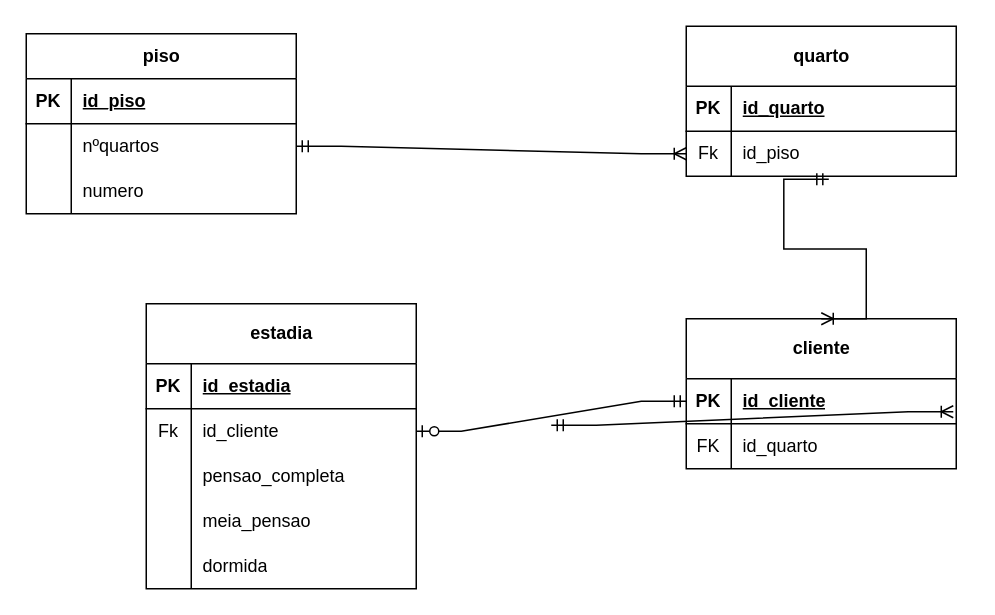
The draw.io diagram ex3.drawio in Pedrosilva778/SGBD, before the edit. Source tidied: cells renumbered, new cells numbered last; positions are measured from the earlier drawing's top-left corner, leaving out a move shared by most shapes. Both pictures are drawn from the tidied source at 150%, with x=0, y=0 at pixel (26, 26).
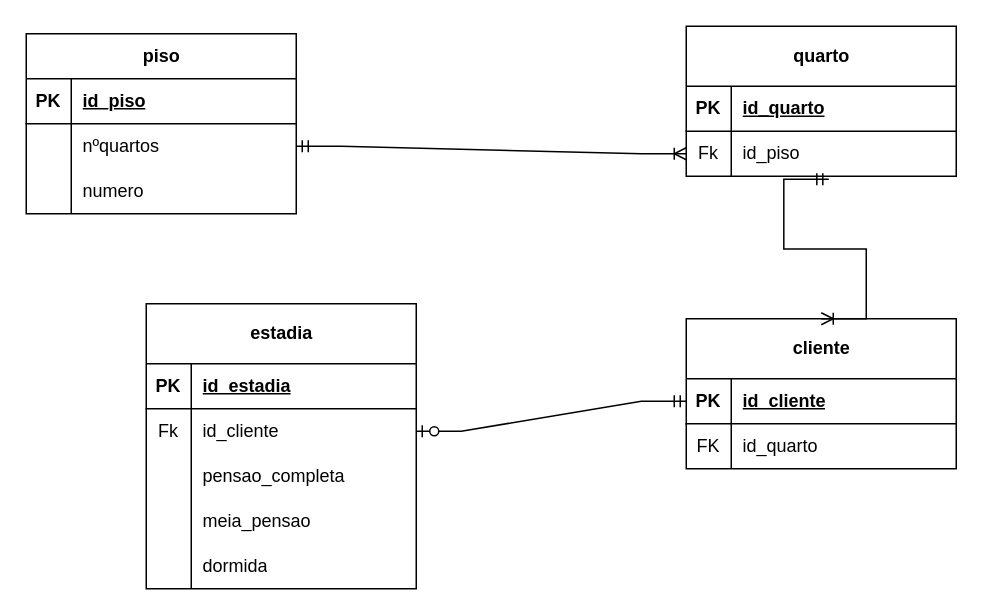
The same diagram, later.

The change refers to these unchanged cells:
```xml
<mxCell id="21" style="shape=tableRow;horizontal=0;startSize=0;swimlaneHead=0;swimlaneBody=0;fillColor=none;points=[[0,0.5],[1,0.5]];portConstraint=eastwest;top=0;left=0;right=0;bottom=1;" parent="20" vertex="1">
  <mxGeometry y="40" width="180" height="30" as="geometry" />
</mxCell>
```

Diff of the diagram source:
```diff
@@
-    <mxCell id="19" style="edgeStyle=entityRelationEdgeStyle;fontSize=12;html=1;endArrow=ERoneToMany;startArrow=ERmandOne;rounded=0;entryX=0.989;entryY=0.733;entryDx=0;entryDy=0;exitX=0;exitY=0.5;exitDx=0;exitDy=0;entryPerimeter=0;" parent="1" edge="1" target="21">
-      <mxGeometry relative="1" as="geometry">
-        <mxPoint x="350" y="266" as="sourcePoint" />
-      </mxGeometry>
-    </mxCell>
```
